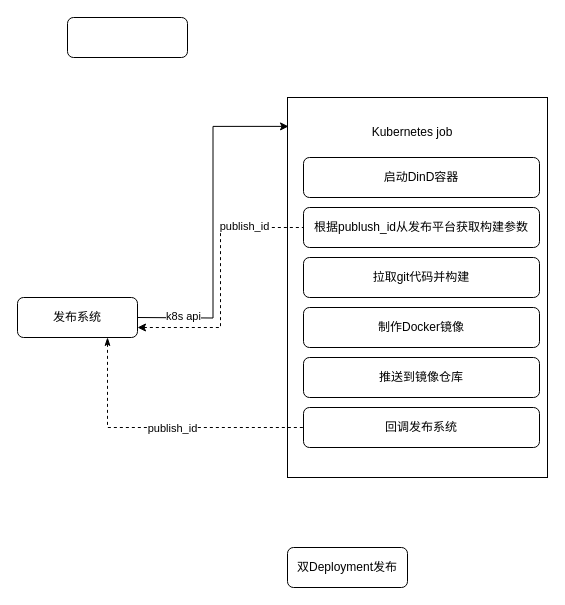
Before: goodme/未命名绘图.drawio in Makecodeeasy/diagrams, a draw.io diagram. Source tidied: cells renumbered, new cells numbered last; positions are measured from the earlier drawing's top-left corner, leaving out a move shared by most shapes. Both pictures are drawn from the tidied source at 100%, with x=0, y=0 at pixel (17, 17).
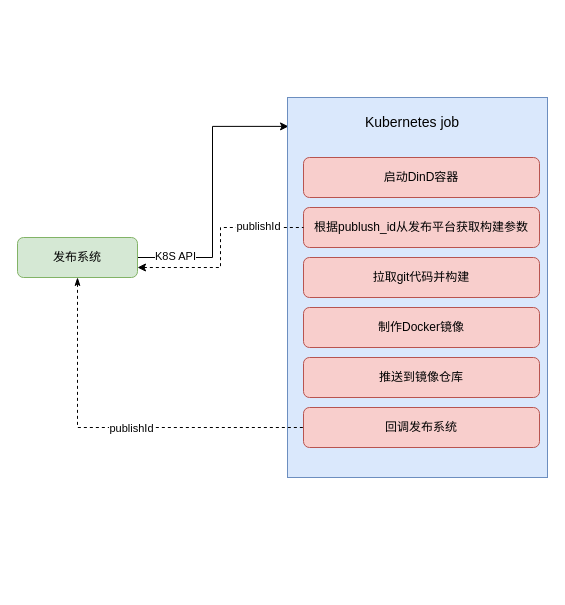
Above is the later version.

Commit message (it also covers changes not shown here):
更新未命名绘图.drawio

Diff of the diagram source:
```diff
@@
 <mxGraphModel>
   <root>
     <mxCell id="0" />
     <mxCell id="1" parent="0" />
-    <mxCell id="2" style="rounded=1;whiteSpace=wrap;html=1;" parent="1" vertex="1">
-      <mxGeometry x="50" width="120" height="40" as="geometry" />
-    </mxCell>
-    <mxCell id="3" style="edgeStyle=orthogonalEdgeStyle;rounded=0;jettySize=auto;html=1;entryX=0.004;entryY=0.076;entryDx=0;entryDy=0;entryPerimeter=0;" parent="1" edge="1" target="6">
-      <mxGeometry relative="1" as="geometry">
-        <mxPoint x="120" y="300" as="sourcePoint" />
-      </mxGeometry>
-    </mxCell>
-    <mxCell id="4" value="k8s api" style="edgeLabel;html=1;align=center;verticalAlign=middle;" parent="3" vertex="1">
-      <mxGeometry x="-0.74" y="2" relative="1" as="geometry" />
-    </mxCell>
+    <mxCell id="19" style="edgeStyle=orthogonalEdgeStyle;rounded=0;jettySize=auto;html=1;entryX=0.004;entryY=0.076;entryDx=0;entryDy=0;entryPerimeter=0;exitX=1;exitY=0.5;exitDx=0;exitDy=0;" parent="1" edge="1" source="5" target="21">
+      <mxGeometry relative="1" as="geometry" />
+    </mxCell>
+    <mxCell id="20" value="K8S API" style="edgeLabel;html=1;align=center;verticalAlign=middle;" parent="19" vertex="1">
+      <mxGeometry x="-0.74" y="2" relative="1" as="geometry" />
+    </mxCell>
-    <mxCell id="5" value="发布系统" style="rounded=1;whiteSpace=wrap;html=1;" parent="1" vertex="1">
-      <mxGeometry y="280" width="120" height="40" as="geometry" />
+    <mxCell id="5" value="发布系统" style="rounded=1;whiteSpace=wrap;html=1;fillColor=#d5e8d4;strokeColor=#82b366;" parent="1" vertex="1">
+      <mxGeometry y="220" width="120" height="40" as="geometry" />
     </mxCell>
-    <mxCell id="6" style="rounded=0;whiteSpace=wrap;html=1;" parent="1" vertex="1">
-      <mxGeometry x="270" y="80" width="260" height="380" as="geometry" />
-    </mxCell>
+    <mxCell id="21" style="rounded=0;whiteSpace=wrap;html=1;fillColor=#dae8fc;strokeColor=#6c8ebf;" parent="1" vertex="1">
+      <mxGeometry x="270" y="80" width="260" height="380" as="geometry" />
+    </mxCell>
-    <mxCell id="7" value="Kubernetes job" style="text;html=1;strokeColor=none;fillColor=none;align=center;verticalAlign=middle;whiteSpace=wrap;rounded=0;" parent="1" vertex="1">
-      <mxGeometry x="330" y="100" width="130" height="30" as="geometry" />
+    <mxCell id="7" value="&lt;font style=&quot;font-size: 14px;&quot;&gt;Kubernetes job&lt;/font&gt;" style="text;html=1;strokeColor=none;fillColor=none;align=center;verticalAlign=middle;whiteSpace=wrap;rounded=0;" parent="1" vertex="1">
+      <mxGeometry x="330" y="90" width="130" height="30" as="geometry" />
     </mxCell>
-    <mxCell id="8" value="启动DinD容器" style="rounded=1;whiteSpace=wrap;html=1;" parent="1" vertex="1">
+    <mxCell id="8" value="启动DinD容器" style="rounded=1;whiteSpace=wrap;html=1;fillColor=#f8cecc;strokeColor=#b85450;" parent="1" vertex="1">
       <mxGeometry x="286" y="140" width="236" height="40" as="geometry" />
     </mxCell>
-    <mxCell id="9" value="根据publush_id从发布平台获取构建参数" style="rounded=1;whiteSpace=wrap;html=1;" parent="1" vertex="1">
+    <mxCell id="9" value="根据publush_id从发布平台获取构建参数" style="rounded=1;whiteSpace=wrap;html=1;fillColor=#f8cecc;strokeColor=#b85450;" parent="1" vertex="1">
       <mxGeometry x="286" y="190" width="236" height="40" as="geometry" />
     </mxCell>
-    <mxCell id="10" value="拉取git代码并构建" style="rounded=1;whiteSpace=wrap;html=1;" parent="1" vertex="1">
+    <mxCell id="10" value="拉取git代码并构建" style="rounded=1;whiteSpace=wrap;html=1;fillColor=#f8cecc;strokeColor=#b85450;" parent="1" vertex="1">
       <mxGeometry x="286" y="240" width="236" height="40" as="geometry" />
     </mxCell>
-    <mxCell id="11" value="制作Docker镜像" style="rounded=1;whiteSpace=wrap;html=1;" parent="1" vertex="1">
+    <mxCell id="11" value="制作Docker镜像" style="rounded=1;whiteSpace=wrap;html=1;fillColor=#f8cecc;strokeColor=#b85450;" parent="1" vertex="1">
       <mxGeometry x="286" y="290" width="236" height="40" as="geometry" />
     </mxCell>
-    <mxCell id="12" value="推送到镜像仓库" style="rounded=1;whiteSpace=wrap;html=1;" parent="1" vertex="1">
+    <mxCell id="12" value="推送到镜像仓库" style="rounded=1;whiteSpace=wrap;html=1;fillColor=#f8cecc;strokeColor=#b85450;" parent="1" vertex="1">
       <mxGeometry x="286" y="340" width="236" height="40" as="geometry" />
     </mxCell>
-    <mxCell id="13" value="回调发布系统" style="rounded=1;whiteSpace=wrap;html=1;" parent="1" vertex="1">
+    <mxCell id="13" value="回调发布系统" style="rounded=1;whiteSpace=wrap;html=1;fillColor=#f8cecc;strokeColor=#b85450;" parent="1" vertex="1">
       <mxGeometry x="286" y="390" width="236" height="40" as="geometry" />
     </mxCell>
-    <mxCell id="14" style="endArrow=none;dashed=1;html=1;rounded=0;exitX=0.75;exitY=1;exitDx=0;exitDy=0;entryX=0;entryY=0.5;entryDx=0;entryDy=0;edgeStyle=orthogonalEdgeStyle;startArrow=classicThin;startFill=1;" parent="1" edge="1" source="5" target="13">
+    <mxCell id="14" style="endArrow=none;dashed=1;html=1;rounded=0;exitX=0.5;exitY=1;exitDx=0;exitDy=0;entryX=0;entryY=0.5;entryDx=0;entryDy=0;edgeStyle=orthogonalEdgeStyle;startArrow=classicThin;startFill=1;" parent="1" edge="1" source="5" target="13">
       <mxGeometry relative="1" as="geometry" />
     </mxCell>
-    <mxCell id="15" value="publish_id" style="edgeLabel;html=1;align=center;verticalAlign=middle;" parent="14" vertex="1">
-      <mxGeometry x="0.08" relative="1" as="geometry" />
-    </mxCell>
+    <mxCell id="22" value="publishId" style="edgeLabel;html=1;align=center;verticalAlign=middle;" parent="14" vertex="1">
+      <mxGeometry x="0.08" relative="1" as="geometry" />
+    </mxCell>
     <mxCell id="16" style="endArrow=none;dashed=1;html=1;rounded=0;exitX=1;exitY=0.75;exitDx=0;exitDy=0;entryX=0;entryY=0.5;entryDx=0;entryDy=0;edgeStyle=orthogonalEdgeStyle;startArrow=classic;startFill=1;" parent="1" edge="1" source="5" target="9">
       <mxGeometry relative="1" as="geometry" />
     </mxCell>
-    <mxCell id="17" value="publish_id" style="edgeLabel;html=1;align=center;verticalAlign=middle;" parent="16" vertex="1">
-      <mxGeometry x="0.55" y="2" relative="1" as="geometry" />
-    </mxCell>
-    <mxCell id="18" value="双Deployment发布" style="rounded=1;whiteSpace=wrap;html=1;" parent="1" vertex="1">
-      <mxGeometry x="270" y="530" width="120" height="40" as="geometry" />
-    </mxCell>
+    <mxCell id="23" value="publishId" style="edgeLabel;html=1;align=center;verticalAlign=middle;" parent="16" vertex="1">
+      <mxGeometry x="0.55" y="2" relative="1" as="geometry" />
+    </mxCell>
   </root>
 </mxGraphModel>
```
